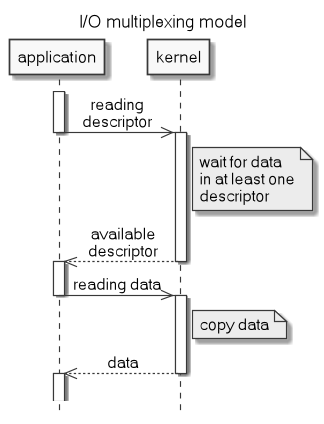
Before: .images/IO_multiplexing_model.png, a diagram exported from PlantUML (c0p4c4b4n4/demo-sockets-io-nio-nio2).
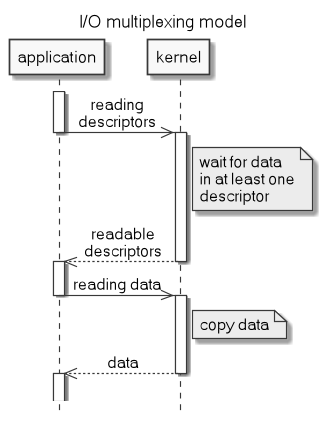
After the commit.

Diff of the diagram source:
```diff
@@ -4,14 +4,13 @@
 skinparam monochrome true
 skinparam defaultFontName Microsoft Sans Serif
 skinparam titleFontSize 15
-
 skinparam sequenceMessageAlign center
 activate application
-application->>kernel: reading\ndescriptor
+application->>kernel: reading\ndescriptors
 deactivate application
 activate kernel
 Note right of kernel: wait for data\nin at least one\ndescriptor
-kernel-->>application: available\ndescriptor
+kernel-->>application: readable\ndescriptors
 deactivate kernel
 activate application
 application->>kernel: reading data
```
